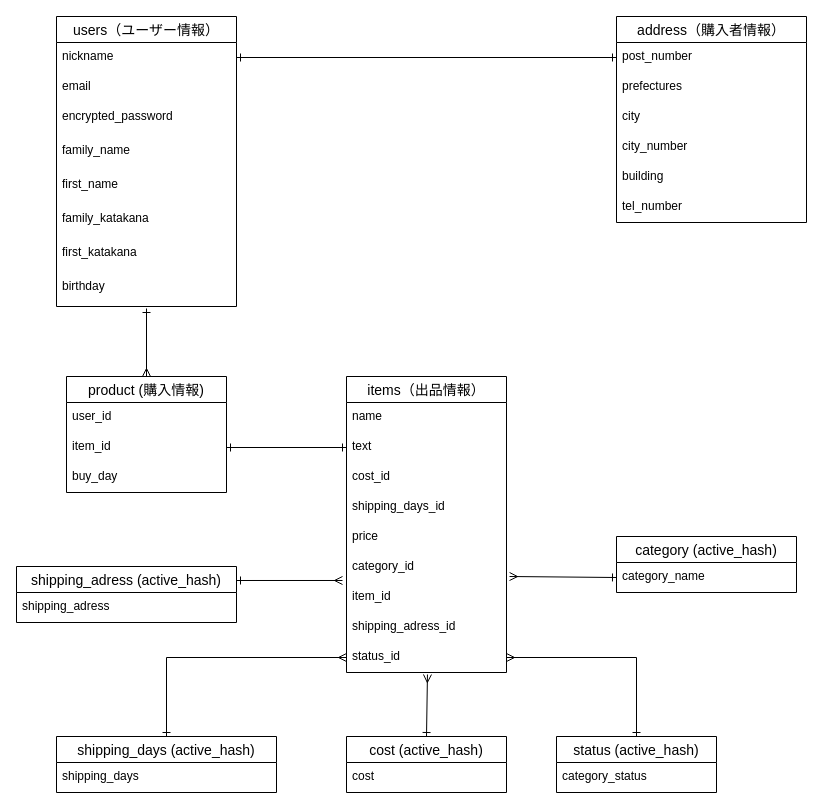
The draw.io diagram test.dio in gocci45/furima-32064, before the edit. Source tidied: cells renumbered, new cells numbered last; positions are measured from the earlier drawing's top-left corner, leaving out a move shared by most shapes. Both pictures are drawn from the tidied source at 100%, with x=0, y=0 at pixel (16, 16).
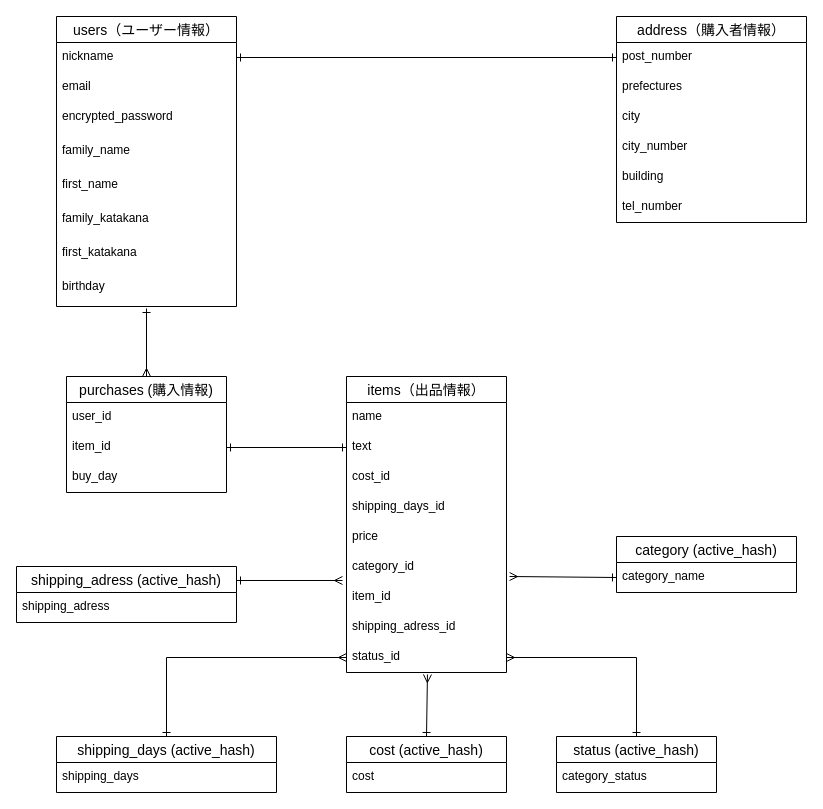
After the change.

The edit, as a diff of the source:
```diff
@@
-    <mxCell id="45" value="product (購入情報)" style="swimlane;fontStyle=0;horizontal=1;startSize=26;align=center;fontSize=14;" parent="1" vertex="1">
+    <mxCell id="45" value="purchases (購入情報)" style="swimlane;fontStyle=0;horizontal=1;startSize=26;align=center;fontSize=14;" parent="1" vertex="1">
       <mxGeometry x="50" y="360" width="160" height="116" as="geometry" />
     </mxCell>
```
